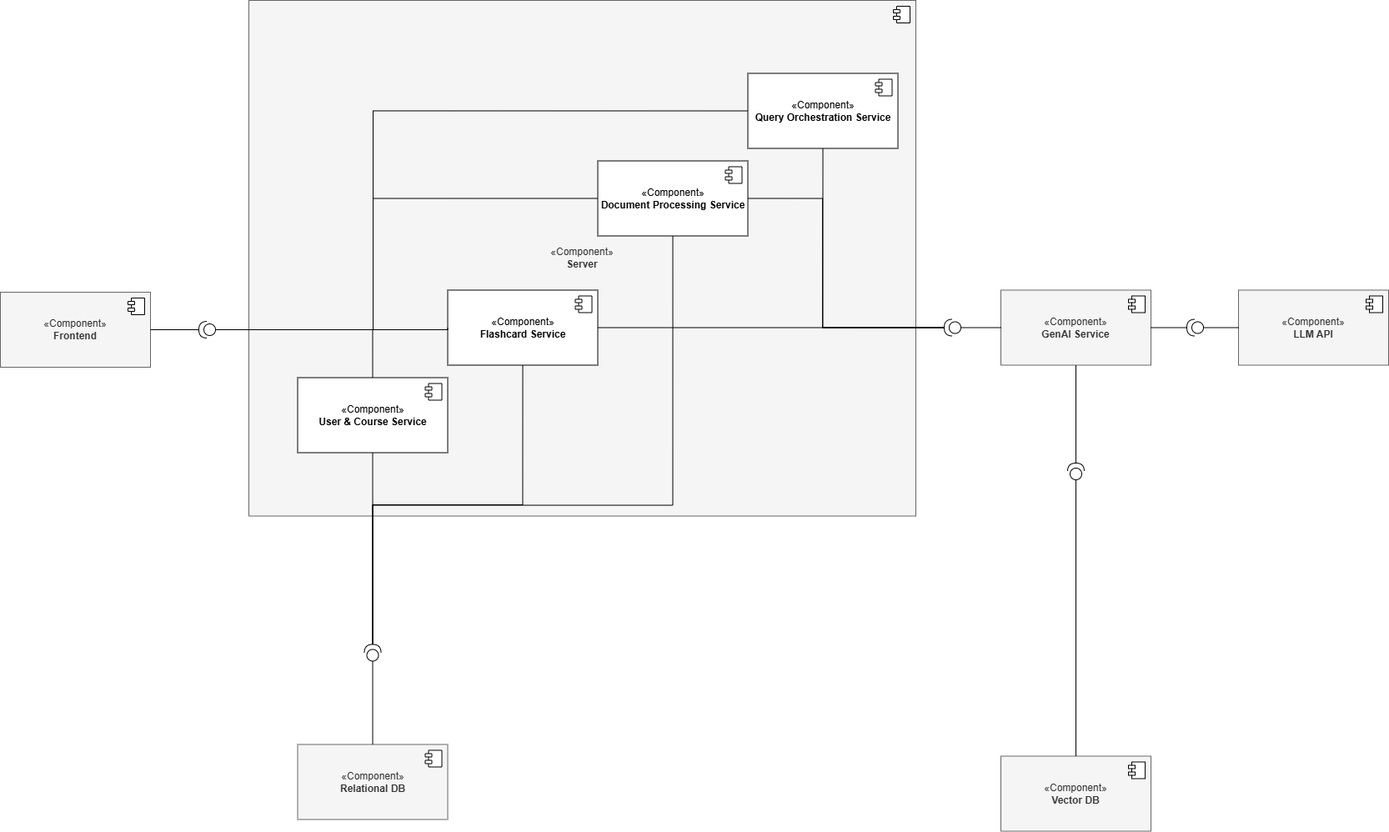
Earlier version of the draw.io export docs/component-diagram.png (AET-DevOps25/team-LECture-bot). Source tidied: cells renumbered, new cells last; positions are measured from the earlier drawing's top-left corner, leaving out a move shared by most shapes.
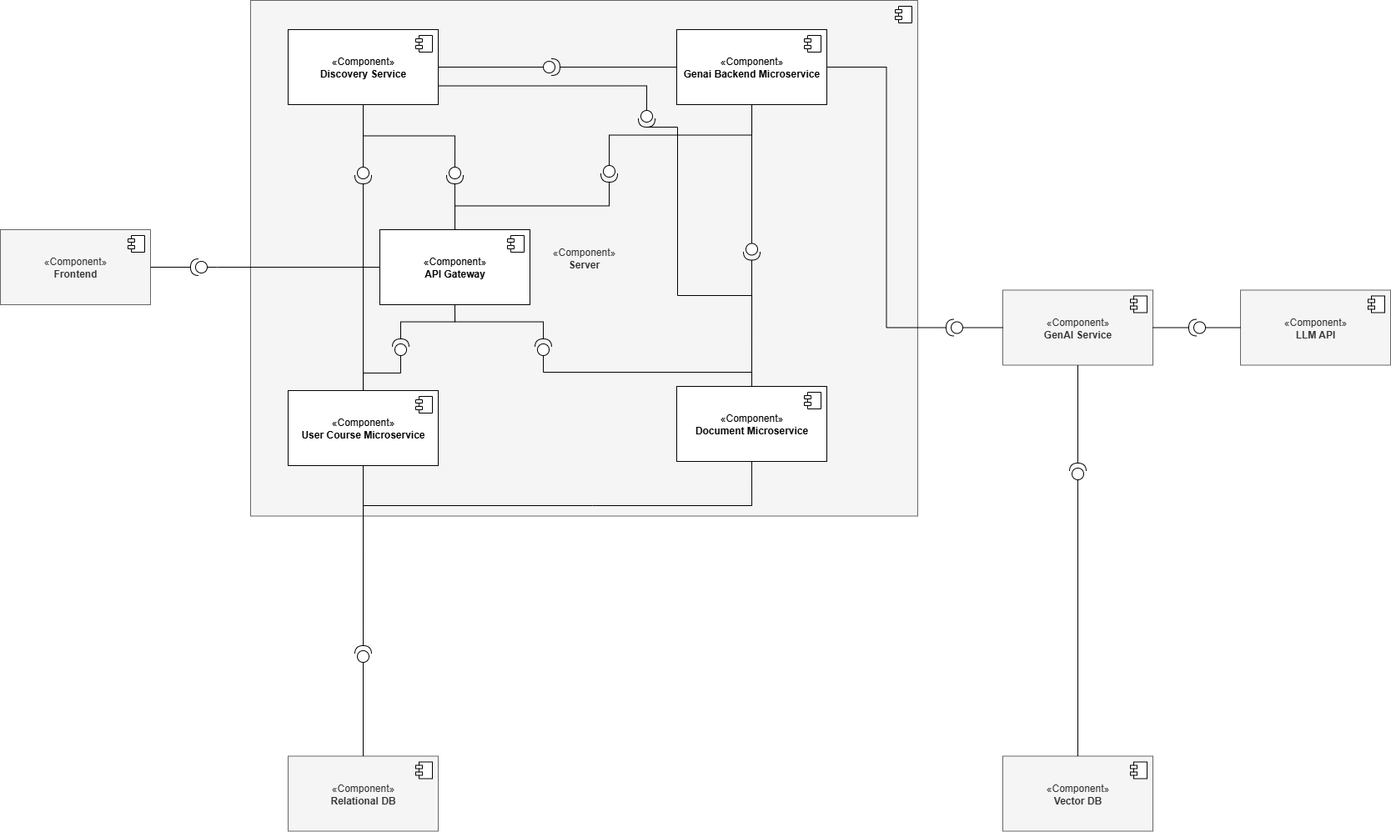
The same diagram one commit later.

Commit message:
docs: updated docs folder with diagrams

What changed in the source:
```diff
@@ -3,7 +3,7 @@
     <mxCell id="0" />
     <mxCell id="1" parent="0" />
     <mxCell id="2" value="«Component»&lt;br&gt;&lt;b&gt;Frontend&lt;/b&gt;" style="html=1;whiteSpace=wrap;fillColor=#f5f5f5;fontColor=#333333;strokeColor=#666666;" parent="1" vertex="1">
-      <mxGeometry y="350" width="180" height="90" as="geometry" />
+      <mxGeometry x="-2" y="275" width="180" height="90" as="geometry" />
     </mxCell>
     <mxCell id="3" style="shape=module;jettyWidth=8;jettyHeight=4;" parent="2" vertex="1">
       <mxGeometry x="1" width="20" height="20" relative="1" as="geometry">
@@ -18,9 +18,6 @@
         <mxPoint x="-27" y="7" as="offset" />
       </mxGeometry>
     </mxCell>
-    <mxCell id="6" style="edgeStyle=orthogonalEdgeStyle;rounded=0;jettySize=auto;html=1;exitX=0.5;exitY=0;exitDx=0;exitDy=0;endArrow=none;startFill=0;entryX=0;entryY=0.5;entryDx=0;entryDy=0;entryPerimeter=0;" parent="1" edge="1" source="31" target="17">
-      <mxGeometry relative="1" as="geometry" />
-    </mxCell>
     <mxCell id="7" value="«Component»&lt;br&gt;&lt;b&gt;GenAI Service&lt;/b&gt;" style="html=1;whiteSpace=wrap;fillColor=#f5f5f5;fontColor=#333333;strokeColor=#666666;" parent="1" vertex="1">
       <mxGeometry x="1200" y="347.5" width="180" height="90" as="geometry" />
     </mxCell>
@@ -38,7 +35,7 @@
       </mxGeometry>
     </mxCell>
     <mxCell id="11" value="«Component»&lt;br&gt;&lt;b&gt;Relational DB&lt;/b&gt;" style="html=1;whiteSpace=wrap;fillColor=#f5f5f5;fontColor=#333333;strokeColor=#666666;" parent="1" vertex="1">
-      <mxGeometry x="356.5" y="892.5" width="180" height="90" as="geometry" />
+      <mxGeometry x="343" y="906.5" width="180" height="90" as="geometry" />
     </mxCell>
     <mxCell id="12" style="shape=module;jettyWidth=8;jettyHeight=4;" parent="11" vertex="1">
       <mxGeometry x="1" width="20" height="20" relative="1" as="geometry">
@@ -59,8 +56,15 @@
     <mxCell id="16" style="ellipse;whiteSpace=wrap;html=1;align=center;fillColor=none;strokeColor=none;perimeter=centerPerimeter;" parent="1" vertex="1">
       <mxGeometry x="226" y="311.5" width="10" height="10" as="geometry" />
     </mxCell>
+    <mxCell id="46" style="edgeStyle=orthogonalEdgeStyle;rounded=0;jettySize=auto;html=1;exitX=0;exitY=0.5;exitDx=0;exitDy=0;exitPerimeter=0;entryX=0;entryY=0.5;entryDx=0;entryDy=0;endArrow=none;endFill=0;" parent="1" edge="1" source="17" target="55">
+      <mxGeometry relative="1" as="geometry">
+        <Array as="points">
+          <mxPoint x="258" y="320" />
+        </Array>
+      </mxGeometry>
+    </mxCell>
     <mxCell id="17" style="shape=providedRequiredInterface;html=1;verticalLabelPosition=bottom;sketch=0;rotation=-180;" parent="1" vertex="1">
-      <mxGeometry x="238" y="385" width="20" height="20" as="geometry" />
+      <mxGeometry x="226" y="310" width="20" height="20" as="geometry" />
     </mxCell>
     <mxCell id="18" style="edgeStyle=orthogonalEdgeStyle;rounded=0;jettySize=auto;html=1;exitX=1;exitY=0.5;exitDx=0;exitDy=0;entryX=1;entryY=0.5;entryDx=0;entryDy=0;entryPerimeter=0;endArrow=none;startFill=0;" parent="1" edge="1" source="2" target="17">
       <mxGeometry relative="1" as="geometry" />
@@ -87,13 +91,13 @@
       <mxGeometry relative="1" as="geometry" />
     </mxCell>
     <mxCell id="26" style="shape=providedRequiredInterface;html=1;verticalLabelPosition=bottom;sketch=0;rotation=-90;" parent="1" vertex="1">
-      <mxGeometry x="436.5" y="772.5" width="20" height="20" as="geometry" />
+      <mxGeometry x="423" y="774" width="20" height="20" as="geometry" />
     </mxCell>
     <mxCell id="27" style="edgeStyle=orthogonalEdgeStyle;rounded=0;jettySize=auto;html=1;exitX=0.5;exitY=1;exitDx=0;exitDy=0;entryX=1;entryY=0.5;entryDx=0;entryDy=0;entryPerimeter=0;endArrow=none;startFill=0;" parent="1" edge="1" source="37" target="26">
       <mxGeometry relative="1" as="geometry">
         <Array as="points">
-          <mxPoint x="806" y="605.5" />
-          <mxPoint x="446" y="605.5" />
+          <mxPoint x="708" y="606" />
+          <mxPoint x="446" y="606" />
         </Array>
       </mxGeometry>
     </mxCell>
@@ -106,77 +110,135 @@
     <mxCell id="30" style="edgeStyle=orthogonalEdgeStyle;rounded=0;jettySize=auto;html=1;exitX=0.5;exitY=1;exitDx=0;exitDy=0;entryX=1;entryY=0.5;entryDx=0;entryDy=0;entryPerimeter=0;endArrow=none;startFill=0;" parent="1" edge="1" source="7" target="29">
       <mxGeometry relative="1" as="geometry" />
     </mxCell>
-    <mxCell id="31" value="«Component»&lt;br&gt;&lt;b&gt;User &amp;amp; Course Service&lt;/b&gt;" style="html=1;whiteSpace=wrap;" parent="1" vertex="1">
-      <mxGeometry x="356.5" y="452.5" width="180" height="90" as="geometry" />
+    <mxCell id="31" value="«Component»&lt;br&gt;&lt;b&gt;User Course Microservice&lt;/b&gt;" style="html=1;whiteSpace=wrap;" parent="1" vertex="1">
+      <mxGeometry x="343" y="468" width="180" height="90" as="geometry" />
     </mxCell>
     <mxCell id="32" style="shape=module;jettyWidth=8;jettyHeight=4;" parent="31" vertex="1">
       <mxGeometry x="1" width="20" height="20" relative="1" as="geometry">
         <mxPoint x="-27" y="7" as="offset" />
       </mxGeometry>
     </mxCell>
-    <mxCell id="33" value="«Component»&lt;br&gt;&lt;b&gt;Flashcard Service&lt;/b&gt;" style="html=1;whiteSpace=wrap;" parent="1" vertex="1">
-      <mxGeometry x="536.5" y="347.5" width="180" height="90" as="geometry" />
+    <mxCell id="33" value="«Component»&lt;br&gt;&lt;b&gt;Genai Backend Microservice&lt;/b&gt;" style="html=1;whiteSpace=wrap;" parent="1" vertex="1">
+      <mxGeometry x="809" y="35" width="180" height="90" as="geometry" />
     </mxCell>
     <mxCell id="34" style="shape=module;jettyWidth=8;jettyHeight=4;" parent="33" vertex="1">
       <mxGeometry x="1" width="20" height="20" relative="1" as="geometry">
         <mxPoint x="-27" y="7" as="offset" />
       </mxGeometry>
     </mxCell>
-    <mxCell id="35" value="«Component»&lt;br&gt;&lt;b&gt;Query Orchestration Service&lt;/b&gt;" style="html=1;whiteSpace=wrap;" parent="1" vertex="1">
-      <mxGeometry x="896.5" y="87.5" width="180" height="90" as="geometry" />
-    </mxCell>
-    <mxCell id="36" style="shape=module;jettyWidth=8;jettyHeight=4;" parent="35" vertex="1">
-      <mxGeometry x="1" width="20" height="20" relative="1" as="geometry">
-        <mxPoint x="-27" y="7" as="offset" />
-      </mxGeometry>
-    </mxCell>
-    <mxCell id="37" value="«Component»&lt;br&gt;&lt;b&gt;Document Processing Service&lt;/b&gt;" style="html=1;whiteSpace=wrap;" parent="1" vertex="1">
-      <mxGeometry x="716.5" y="192.5" width="180" height="90" as="geometry" />
+    <mxCell id="37" value="«Component»&lt;br&gt;&lt;b&gt;Document Microservice&lt;/b&gt;" style="html=1;whiteSpace=wrap;" parent="1" vertex="1">
+      <mxGeometry x="809" y="463" width="180" height="90" as="geometry" />
     </mxCell>
     <mxCell id="38" style="shape=module;jettyWidth=8;jettyHeight=4;" parent="37" vertex="1">
       <mxGeometry x="1" width="20" height="20" relative="1" as="geometry">
         <mxPoint x="-27" y="7" as="offset" />
       </mxGeometry>
     </mxCell>
-    <mxCell id="39" style="edgeStyle=orthogonalEdgeStyle;rounded=0;jettySize=auto;html=1;endArrow=none;startFill=0;entryX=0;entryY=0.5;entryDx=0;entryDy=0;entryPerimeter=0;exitX=0;exitY=0.5;exitDx=0;exitDy=0;" parent="1" edge="1" source="37" target="17">
-      <mxGeometry relative="1" as="geometry">
-        <Array as="points">
-          <mxPoint x="447" y="237" />
-          <mxPoint x="447" y="395" />
-        </Array>
-      </mxGeometry>
-    </mxCell>
-    <mxCell id="40" style="edgeStyle=orthogonalEdgeStyle;rounded=0;jettySize=auto;html=1;entryX=1;entryY=0.5;entryDx=0;entryDy=0;entryPerimeter=0;endArrow=none;startFill=0;exitX=0.5;exitY=1;exitDx=0;exitDy=0;" parent="1" edge="1" source="35" target="20">
-      <mxGeometry relative="1" as="geometry" />
-    </mxCell>
-    <mxCell id="41" style="edgeStyle=orthogonalEdgeStyle;rounded=0;jettySize=auto;html=1;entryX=1;entryY=0.5;entryDx=0;entryDy=0;entryPerimeter=0;endArrow=none;startFill=0;exitX=1;exitY=0.5;exitDx=0;exitDy=0;" parent="1" edge="1" source="37" target="20">
-      <mxGeometry relative="1" as="geometry">
-        <Array as="points">
-          <mxPoint x="986" y="238" />
-          <mxPoint x="986" y="393" />
-        </Array>
-      </mxGeometry>
-    </mxCell>
-    <mxCell id="42" style="edgeStyle=orthogonalEdgeStyle;rounded=0;jettySize=auto;html=1;exitX=0.5;exitY=1;exitDx=0;exitDy=0;entryX=1;entryY=0.5;entryDx=0;entryDy=0;entryPerimeter=0;endArrow=none;startFill=0;" parent="1" edge="1" source="33" target="26">
-      <mxGeometry relative="1" as="geometry" />
-    </mxCell>
     <mxCell id="43" style="edgeStyle=orthogonalEdgeStyle;rounded=0;jettySize=auto;html=1;endArrow=none;startFill=0;entryX=1;entryY=0.5;entryDx=0;entryDy=0;entryPerimeter=0;" parent="1" edge="1" source="31" target="26">
       <mxGeometry relative="1" as="geometry" />
     </mxCell>
-    <mxCell id="44" style="edgeStyle=orthogonalEdgeStyle;rounded=0;jettySize=auto;html=1;exitX=0;exitY=0.5;exitDx=0;exitDy=0;entryX=0;entryY=0.5;entryDx=0;entryDy=0;entryPerimeter=0;endArrow=none;startFill=0;" parent="1" edge="1" source="33" target="17">
-      <mxGeometry relative="1" as="geometry">
-        <Array as="points">
-          <mxPoint x="537" y="395" />
-        </Array>
-      </mxGeometry>
-    </mxCell>
-    <mxCell id="45" style="edgeStyle=orthogonalEdgeStyle;rounded=0;jettySize=auto;html=1;exitX=0;exitY=0.5;exitDx=0;exitDy=0;entryX=0;entryY=0.5;entryDx=0;entryDy=0;entryPerimeter=0;endArrow=none;startFill=0;" parent="1" edge="1" source="35" target="17">
-      <mxGeometry relative="1" as="geometry">
-        <Array as="points">
-          <mxPoint x="447" y="133" />
-          <mxPoint x="447" y="395" />
-        </Array>
-      </mxGeometry>
-    </mxCell>
+    <mxCell id="47" style="shape=providedRequiredInterface;html=1;verticalLabelPosition=bottom;sketch=0;rotation=90;" parent="1" vertex="1">
+      <mxGeometry x="889" y="291.5" width="20" height="20" as="geometry" />
+    </mxCell>
+    <mxCell id="48" style="edgeStyle=orthogonalEdgeStyle;rounded=0;jettySize=auto;html=1;entryX=1;entryY=0.5;entryDx=0;entryDy=0;entryPerimeter=0;endArrow=none;startFill=0;exitX=0.5;exitY=0;exitDx=0;exitDy=0;" parent="1" edge="1" source="37" target="47">
+      <mxGeometry relative="1" as="geometry" />
+    </mxCell>
+    <mxCell id="49" style="edgeStyle=orthogonalEdgeStyle;rounded=0;jettySize=auto;html=1;endArrow=none;startFill=0;exitX=0;exitY=0.5;exitDx=0;exitDy=0;exitPerimeter=0;" parent="1" edge="1" source="47" target="33">
+      <mxGeometry relative="1" as="geometry" />
+    </mxCell>
+    <mxCell id="50" value="«C&lt;span style=&quot;color: rgba(0, 0, 0, 0); font-family: monospace; font-size: 0px; text-align: start; text-wrap-mode: nowrap;&quot;&gt;%3CmxGraphModel%3E%3Croot%3E%3CmxCell%20id%3D%220%22%2F%3E%3CmxCell%20id%3D%221%22%20parent%3D%220%22%2F%3E%3CmxCell%20id%3D%222%22%20value%3D%22%C2%ABComponent%C2%BB%26lt%3Bbr%26gt%3B%26lt%3Bb%26gt%3BUser%20Course%20Microservice%26lt%3B%2Fb%26gt%3B%22%20style%3D%22html%3D1%3BdropTarget%3D0%3BwhiteSpace%3Dwrap%3B%22%20vertex%3D%221%22%20parent%3D%221%22%3E%3CmxGeometry%20x%3D%22378.5%22%20y%3D%22505%22%20width%3D%22180%22%20height%3D%2290%22%20as%3D%22geometry%22%2F%3E%3C%2FmxCell%3E%3CmxCell%20id%3D%223%22%20value%3D%22%22%20style%3D%22shape%3Dmodule%3BjettyWidth%3D8%3BjettyHeight%3D4%3B%22%20vertex%3D%221%22%20parent%3D%222%22%3E%3CmxGeometry%20x%3D%221%22%20width%3D%2220%22%20height%3D%2220%22%20relative%3D%221%22%20as%3D%22geometry%22%3E%3CmxPoint%20x%3D%22-27%22%20y%3D%227%22%20as%3D%22offset%22%2F%3E%3C%2FmxGeometry%3E%3C%2FmxCell%3E%3C%2Froot%3E%3C%2FmxGraphModel%3E&lt;/span&gt;omponent»&lt;br&gt;&lt;b&gt;Discovery Service&lt;/b&gt;" style="html=1;whiteSpace=wrap;" parent="1" vertex="1">
+      <mxGeometry x="343" y="35" width="180" height="90" as="geometry" />
+    </mxCell>
+    <mxCell id="51" style="shape=module;jettyWidth=8;jettyHeight=4;" parent="50" vertex="1">
+      <mxGeometry x="1" width="20" height="20" relative="1" as="geometry">
+        <mxPoint x="-27" y="7" as="offset" />
+      </mxGeometry>
+    </mxCell>
+    <mxCell id="52" style="edgeStyle=orthogonalEdgeStyle;rounded=0;jettySize=auto;html=1;exitX=0;exitY=0.5;exitDx=0;exitDy=0;exitPerimeter=0;entryX=0.5;entryY=1;entryDx=0;entryDy=0;endArrow=none;endFill=0;" parent="1" edge="1" source="54" target="50">
+      <mxGeometry relative="1" as="geometry" />
+    </mxCell>
+    <mxCell id="53" style="edgeStyle=orthogonalEdgeStyle;rounded=0;jettySize=auto;html=1;exitX=1;exitY=0.5;exitDx=0;exitDy=0;exitPerimeter=0;entryX=0.5;entryY=0;entryDx=0;entryDy=0;endArrow=none;endFill=0;" parent="1" edge="1" source="54" target="55">
+      <mxGeometry relative="1" as="geometry" />
+    </mxCell>
+    <mxCell id="54" style="shape=providedRequiredInterface;html=1;verticalLabelPosition=bottom;sketch=0;rotation=90;" parent="1" vertex="1">
+      <mxGeometry x="533" y="200" width="20" height="20" as="geometry" />
+    </mxCell>
+    <mxCell id="55" value="«C&lt;span style=&quot;color: rgba(0, 0, 0, 0); font-family: monospace; font-size: 0px; text-align: start; text-wrap-mode: nowrap;&quot;&gt;%3CmxGraphModel%3E%3Croot%3E%3CmxCell%20id%3D%220%22%2F%3E%3CmxCell%20id%3D%221%22%20parent%3D%220%22%2F%3E%3CmxCell%20id%3D%222%22%20value%3D%22%C2%ABComponent%C2%BB%26lt%3Bbr%26gt%3B%26lt%3Bb%26gt%3BUser%20Course%20Microservice%26lt%3B%2Fb%26gt%3B%22%20style%3D%22html%3D1%3BdropTarget%3D0%3BwhiteSpace%3Dwrap%3B%22%20vertex%3D%221%22%20parent%3D%221%22%3E%3CmxGeometry%20x%3D%22378.5%22%20y%3D%22505%22%20width%3D%22180%22%20height%3D%2290%22%20as%3D%22geometry%22%2F%3E%3C%2FmxCell%3E%3CmxCell%20id%3D%223%22%20value%3D%22%22%20style%3D%22shape%3Dmodule%3BjettyWidth%3D8%3BjettyHeight%3D4%3B%22%20vertex%3D%221%22%20parent%3D%222%22%3E%3CmxGeometry%20x%3D%221%22%20width%3D%2220%22%20height%3D%2220%22%20relative%3D%221%22%20as%3D%22geometry%22%3E%3CmxPoint%20x%3D%22-27%22%20y%3D%227%22%20as%3D%22offset%22%2F%3E%3C%2FmxGeometry%3E%3C%2FmxCell%3E%3C%2Froot%3E%3C%2FmxGraphModel%3E&lt;/span&gt;omponent»&lt;br&gt;&lt;b&gt;API Gateway&lt;/b&gt;" style="html=1;whiteSpace=wrap;" parent="1" vertex="1">
+      <mxGeometry x="453" y="275" width="180" height="90" as="geometry" />
+    </mxCell>
+    <mxCell id="56" style="shape=module;jettyWidth=8;jettyHeight=4;" parent="55" vertex="1">
+      <mxGeometry x="1" width="20" height="20" relative="1" as="geometry">
+        <mxPoint x="-27" y="7" as="offset" />
+      </mxGeometry>
+    </mxCell>
+    <mxCell id="57" style="edgeStyle=orthogonalEdgeStyle;rounded=0;jettySize=auto;html=1;exitX=1;exitY=0.5;exitDx=0;exitDy=0;exitPerimeter=0;entryX=0.5;entryY=1;entryDx=0;entryDy=0;endArrow=none;endFill=0;" parent="1" edge="1" source="59" target="55">
+      <mxGeometry relative="1" as="geometry" />
+    </mxCell>
+    <mxCell id="58" style="edgeStyle=orthogonalEdgeStyle;rounded=0;jettySize=auto;html=1;exitX=0;exitY=0.5;exitDx=0;exitDy=0;exitPerimeter=0;endArrow=none;endFill=0;" parent="1" edge="1" source="59" target="31">
+      <mxGeometry relative="1" as="geometry" />
+    </mxCell>
+    <mxCell id="59" style="shape=providedRequiredInterface;html=1;verticalLabelPosition=bottom;sketch=0;rotation=-90;" parent="1" vertex="1">
+      <mxGeometry x="468" y="406" width="20" height="20" as="geometry" />
+    </mxCell>
+    <mxCell id="60" style="edgeStyle=orthogonalEdgeStyle;rounded=0;jettySize=auto;html=1;exitX=0;exitY=0.5;exitDx=0;exitDy=0;exitPerimeter=0;entryX=0.5;entryY=0;entryDx=0;entryDy=0;endArrow=none;endFill=0;" parent="1" edge="1" source="62" target="37">
+      <mxGeometry relative="1" as="geometry">
+        <Array as="points">
+          <mxPoint x="649" y="446" />
+          <mxPoint x="899" y="446" />
+        </Array>
+      </mxGeometry>
+    </mxCell>
+    <mxCell id="61" style="edgeStyle=orthogonalEdgeStyle;rounded=0;jettySize=auto;html=1;exitX=1;exitY=0.5;exitDx=0;exitDy=0;exitPerimeter=0;entryX=0.5;entryY=1;entryDx=0;entryDy=0;endArrow=none;endFill=0;" parent="1" edge="1" source="62" target="55">
+      <mxGeometry relative="1" as="geometry" />
+    </mxCell>
+    <mxCell id="62" style="shape=providedRequiredInterface;html=1;verticalLabelPosition=bottom;sketch=0;rotation=-90;" parent="1" vertex="1">
+      <mxGeometry x="639" y="406" width="20" height="20" as="geometry" />
+    </mxCell>
+    <mxCell id="63" style="edgeStyle=orthogonalEdgeStyle;rounded=0;jettySize=auto;html=1;exitX=1;exitY=0.5;exitDx=0;exitDy=0;exitPerimeter=0;endArrow=none;endFill=0;" parent="1" edge="1" source="65" target="55">
+      <mxGeometry relative="1" as="geometry" />
+    </mxCell>
+    <mxCell id="64" style="edgeStyle=orthogonalEdgeStyle;rounded=0;jettySize=auto;html=1;exitX=0;exitY=0.5;exitDx=0;exitDy=0;exitPerimeter=0;endArrow=none;endFill=0;" parent="1" edge="1" source="65" target="33">
+      <mxGeometry relative="1" as="geometry" />
+    </mxCell>
+    <mxCell id="65" style="shape=providedRequiredInterface;html=1;verticalLabelPosition=bottom;sketch=0;rotation=90;" parent="1" vertex="1">
+      <mxGeometry x="718" y="198" width="20" height="20" as="geometry" />
+    </mxCell>
+    <mxCell id="66" style="edgeStyle=orthogonalEdgeStyle;rounded=0;jettySize=auto;html=1;exitX=1;exitY=0.5;exitDx=0;exitDy=0;exitPerimeter=0;entryX=0.5;entryY=0;entryDx=0;entryDy=0;endArrow=none;endFill=0;" parent="1" edge="1" source="68" target="31">
+      <mxGeometry relative="1" as="geometry" />
+    </mxCell>
+    <mxCell id="67" style="edgeStyle=orthogonalEdgeStyle;rounded=0;jettySize=auto;html=1;exitX=0;exitY=0.5;exitDx=0;exitDy=0;exitPerimeter=0;endArrow=none;endFill=0;" parent="1" edge="1" source="68" target="50">
+      <mxGeometry relative="1" as="geometry" />
+    </mxCell>
+    <mxCell id="68" style="shape=providedRequiredInterface;html=1;verticalLabelPosition=bottom;sketch=0;rotation=90;" parent="1" vertex="1">
+      <mxGeometry x="423" y="200" width="20" height="20" as="geometry" />
+    </mxCell>
+    <mxCell id="69" style="edgeStyle=orthogonalEdgeStyle;rounded=0;jettySize=auto;html=1;exitX=0;exitY=0.5;exitDx=0;exitDy=0;exitPerimeter=0;entryX=1;entryY=0.75;entryDx=0;entryDy=0;endArrow=none;endFill=0;" parent="1" edge="1" source="71" target="50">
+      <mxGeometry relative="1" as="geometry">
+        <Array as="points">
+          <mxPoint x="773" y="102" />
+        </Array>
+      </mxGeometry>
+    </mxCell>
+    <mxCell id="70" style="edgeStyle=orthogonalEdgeStyle;rounded=0;jettySize=auto;html=1;exitX=1;exitY=0.5;exitDx=0;exitDy=0;exitPerimeter=0;entryX=0.5;entryY=0;entryDx=0;entryDy=0;endArrow=none;endFill=0;" parent="1" edge="1" source="71" target="37">
+      <mxGeometry relative="1" as="geometry">
+        <Array as="points">
+          <mxPoint x="810" y="152" />
+          <mxPoint x="810" y="354" />
+          <mxPoint x="899" y="354" />
+        </Array>
+      </mxGeometry>
+    </mxCell>
+    <mxCell id="71" style="shape=providedRequiredInterface;html=1;verticalLabelPosition=bottom;sketch=0;rotation=90;" parent="1" vertex="1">
+      <mxGeometry x="763" y="132" width="20" height="20" as="geometry" />
+    </mxCell>
+    <mxCell id="72" style="edgeStyle=orthogonalEdgeStyle;rounded=0;jettySize=auto;html=1;exitX=1;exitY=0.5;exitDx=0;exitDy=0;exitPerimeter=0;entryX=0;entryY=0.5;entryDx=0;entryDy=0;endArrow=none;endFill=0;" parent="1" edge="1" source="74" target="33">
+      <mxGeometry relative="1" as="geometry" />
+    </mxCell>
+    <mxCell id="73" style="edgeStyle=orthogonalEdgeStyle;rounded=0;jettySize=auto;html=1;exitX=0;exitY=0.5;exitDx=0;exitDy=0;exitPerimeter=0;entryX=1;entryY=0.5;entryDx=0;entryDy=0;endArrow=none;endFill=0;" parent="1" edge="1" source="74" target="50">
+      <mxGeometry relative="1" as="geometry" />
+    </mxCell>
+    <mxCell id="74" style="shape=providedRequiredInterface;html=1;verticalLabelPosition=bottom;sketch=0;rotation=0;" parent="1" vertex="1">
+      <mxGeometry x="649" y="70" width="20" height="20" as="geometry" />
+    </mxCell>
   </root>
 </mxGraphModel>
```
